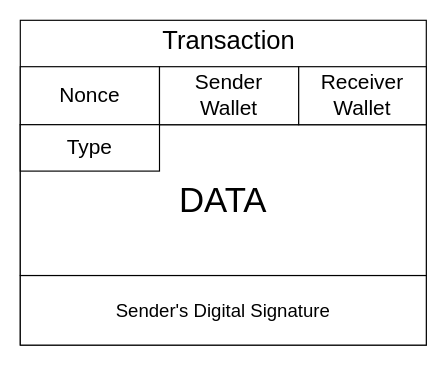
Before: Diagrams/Transaction.drawio in MlgEpicBanana69/dreamveil, a draw.io diagram. Source tidied: cells renumbered, new cells numbered last; positions are measured from the earlier drawing's top-left corner, leaving out a move shared by most shapes. Both pictures are drawn from the tidied source at 116%, with x=0, y=0 at pixel (20, 20).
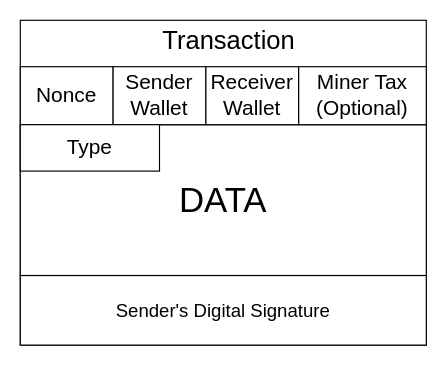
After the change.

Commit message (it also covers changes not shown here):
Expanded transaction oop and modeling

Diff of the diagram source:
```diff
@@
 <mxGraphModel>
   <root>
     <mxCell id="0" />
     <mxCell id="1" parent="0" />
     <mxCell id="2" style="rounded=0;whiteSpace=wrap;html=1;" parent="1" vertex="1">
       <mxGeometry width="350" height="280" as="geometry" />
     </mxCell>
     <mxCell id="3" value="&lt;span&gt;&lt;font style=&quot;font-size: 16px&quot;&gt;Sender's Digital Signature&lt;/font&gt;&lt;/span&gt;" style="rounded=0;whiteSpace=wrap;html=1;" parent="1" vertex="1">
       <mxGeometry y="220" width="350" height="60" as="geometry" />
     </mxCell>
     <mxCell id="4" value="&lt;font style=&quot;font-size: 30px&quot;&gt;DATA&lt;/font&gt;" style="rounded=0;whiteSpace=wrap;html=1;" parent="1" vertex="1">
       <mxGeometry y="90" width="350" height="130" as="geometry" />
     </mxCell>
     <mxCell id="5" value="&lt;font style=&quot;font-size: 22px;&quot;&gt;Transaction&lt;/font&gt;" style="text;html=1;strokeColor=none;fillColor=none;align=center;verticalAlign=middle;whiteSpace=wrap;rounded=0;fontSize=22;" parent="1" vertex="1">
       <mxGeometry x="105" y="3" width="150" height="30" as="geometry" />
     </mxCell>
     <mxCell id="6" value="Nonce" style="rounded=0;whiteSpace=wrap;html=1;fontSize=18;" parent="1" vertex="1">
-      <mxGeometry y="40" width="120" height="50" as="geometry" />
+      <mxGeometry y="40" width="80" height="50" as="geometry" />
     </mxCell>
     <mxCell id="7" value="Sender&lt;br style=&quot;font-size: 18px;&quot;&gt;Wallet" style="rounded=0;whiteSpace=wrap;html=1;fontSize=18;" parent="1" vertex="1">
-      <mxGeometry x="120" y="40" width="120" height="50" as="geometry" />
+      <mxGeometry x="80" y="40" width="80" height="50" as="geometry" />
     </mxCell>
     <mxCell id="8" value="Receiver&lt;br style=&quot;font-size: 18px;&quot;&gt;Wallet" style="rounded=0;whiteSpace=wrap;html=1;fontSize=18;" parent="1" vertex="1">
-      <mxGeometry x="240" y="40" width="110" height="50" as="geometry" />
+      <mxGeometry x="160" y="40" width="80" height="50" as="geometry" />
     </mxCell>
     <mxCell id="9" value="Type" style="rounded=0;whiteSpace=wrap;html=1;fontSize=18;" parent="1" vertex="1">
       <mxGeometry y="90" width="120" height="40" as="geometry" />
     </mxCell>
+    <mxCell id="10" value="Miner Tax (Optional)" style="rounded=0;whiteSpace=wrap;html=1;fontSize=18;" parent="1" vertex="1">
+      <mxGeometry x="240" y="40" width="110" height="50" as="geometry" />
+    </mxCell>
   </root>
 </mxGraphModel>
```
